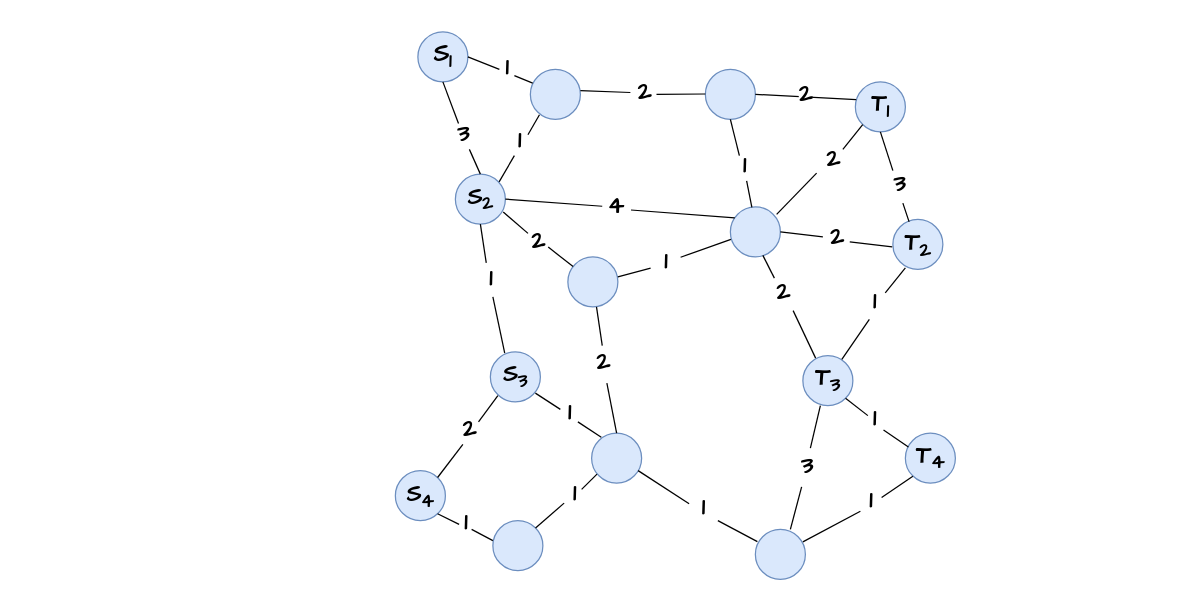
Earlier version of the draw.io diagram 1.drawio (coldbubbletea/World-of-Warcraft--Non-graphical-interface-CPP-game). Source tidied: cells renumbered, new cells numbered last; positions are measured from the earlier drawing's top-left corner, leaving out a move shared by most shapes. Both pictures are drawn from the tidied source at 125%, with x=0, y=0 at pixel (395, 31).
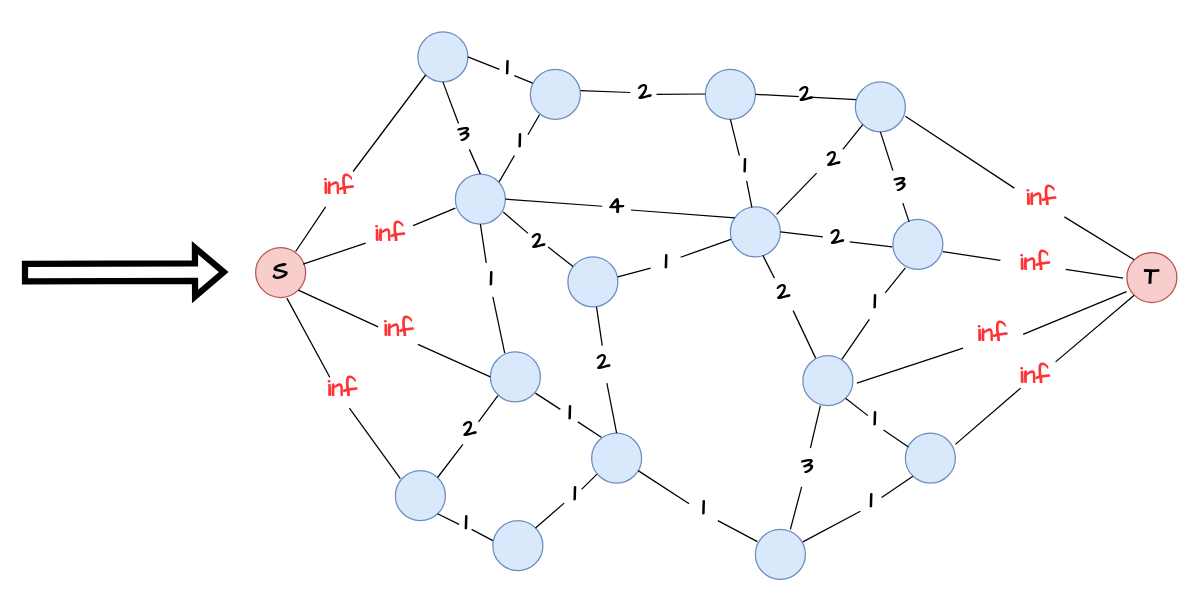
Above is the later version.

The change refers to these unchanged cells:
```xml
<mxCell id="8" style="ellipse;whiteSpace=wrap;html=1;fillColor=#DAE8FC;strokeColor=#6C8EBF;" parent="1" vertex="1">
  <mxGeometry x="17.8" width="40" height="40" as="geometry" />
</mxCell>
<mxCell id="21" style="ellipse;whiteSpace=wrap;html=1;fillColor=#DAE8FC;strokeColor=#6C8EBF;fontColor=#333333;" parent="1" vertex="1">
  <mxGeometry x="75.8" y="256" width="40" height="40" as="geometry" />
</mxCell>
<mxCell id="23" style="ellipse;whiteSpace=wrap;html=1;fillColor=#DAE8FC;strokeColor=#6C8EBF;fontColor=#333333;" parent="1" vertex="1">
  <mxGeometry x="-0.2" y="351" width="40" height="40" as="geometry" />
</mxCell>
```

The edit, as a diff of the source:
```diff
@@
-    <mxCell id="73" value="&lt;h2 style=&quot;border-color: var(--border-color);&quot;&gt;S&lt;sub style=&quot;border-color: var(--border-color);&quot;&gt;2&lt;/sub&gt;&lt;/h2&gt;" style="text;html=1;strokeColor=none;fillColor=none;align=center;verticalAlign=middle;whiteSpace=wrap;rounded=0;fontFamily=Comic Sans MS;" parent="1" vertex="1">
-      <mxGeometry x="57.8" y="125" width="20" height="17.5" as="geometry" />
-    </mxCell>
-    <mxCell id="74" value="&lt;h2 style=&quot;&quot;&gt;&lt;span style=&quot;font-size: 19px;&quot;&gt;S&lt;sub&gt;1&lt;/sub&gt;&lt;/span&gt;&lt;/h2&gt;" style="text;html=1;strokeColor=none;fillColor=none;align=center;verticalAlign=middle;whiteSpace=wrap;rounded=0;fontFamily=Comic Sans MS;" parent="1" vertex="1">
-      <mxGeometry x="27.8" y="11.2" width="20" height="17.5" as="geometry" />
-    </mxCell>
-    <mxCell id="75" value="&lt;h2 style=&quot;border-color: var(--border-color);&quot;&gt;S&lt;sub style=&quot;border-color: var(--border-color);&quot;&gt;3&lt;/sub&gt;&lt;/h2&gt;" style="text;html=1;strokeColor=none;fillColor=none;align=center;verticalAlign=middle;whiteSpace=wrap;rounded=0;fontFamily=Comic Sans MS;" parent="1" vertex="1">
-      <mxGeometry x="85.8" y="267.2" width="20" height="17.5" as="geometry" />
-    </mxCell>
-    <mxCell id="76" value="&lt;h2 style=&quot;border-color: var(--border-color);&quot;&gt;S&lt;sub style=&quot;border-color: var(--border-color);&quot;&gt;4&lt;/sub&gt;&lt;/h2&gt;" style="text;html=1;strokeColor=none;fillColor=none;align=center;verticalAlign=middle;whiteSpace=wrap;rounded=0;fontFamily=Comic Sans MS;" parent="1" vertex="1">
-      <mxGeometry x="9.8" y="363.5" width="20" height="17.5" as="geometry" />
-    </mxCell>
@@
-    <mxCell id="93" value="&lt;h2 style=&quot;&quot;&gt;&lt;span style=&quot;font-size: 19px;&quot;&gt;T&lt;sub&gt;1&lt;/sub&gt;&lt;/span&gt;&lt;/h2&gt;" style="text;html=1;strokeColor=none;fillColor=none;align=center;verticalAlign=middle;whiteSpace=wrap;rounded=0;fontFamily=Comic Sans MS;" parent="1" vertex="1">
-      <mxGeometry x="377.8" y="51.2" width="20" height="17.5" as="geometry" />
-    </mxCell>
-    <mxCell id="94" value="&lt;h2 style=&quot;&quot;&gt;&lt;span style=&quot;font-size: 19px;&quot;&gt;T&lt;sub&gt;2&lt;/sub&gt;&lt;/span&gt;&lt;/h2&gt;" style="text;html=1;strokeColor=none;fillColor=none;align=center;verticalAlign=middle;whiteSpace=wrap;rounded=0;fontFamily=Comic Sans MS;" parent="1" vertex="1">
-      <mxGeometry x="407.8" y="162.5" width="20" height="17.5" as="geometry" />
-    </mxCell>
-    <mxCell id="95" value="&lt;h2 style=&quot;&quot;&gt;&lt;span style=&quot;font-size: 19px;&quot;&gt;T&lt;sub&gt;3&lt;/sub&gt;&lt;/span&gt;&lt;/h2&gt;" style="text;html=1;strokeColor=none;fillColor=none;align=center;verticalAlign=middle;whiteSpace=wrap;rounded=0;fontFamily=Comic Sans MS;" parent="1" vertex="1">
-      <mxGeometry x="335.8" y="270.2" width="20" height="17.5" as="geometry" />
-    </mxCell>
-    <mxCell id="96" value="&lt;h2 style=&quot;&quot;&gt;&lt;span style=&quot;font-size: 19px;&quot;&gt;T&lt;sub&gt;4&lt;/sub&gt;&lt;/span&gt;&lt;/h2&gt;" style="text;html=1;strokeColor=none;fillColor=none;align=center;verticalAlign=middle;whiteSpace=wrap;rounded=0;fontFamily=Comic Sans MS;" parent="1" vertex="1">
-      <mxGeometry x="417.8" y="332.2" width="20" height="17.5" as="geometry" />
-    </mxCell>
+    <mxCell id="97" style="ellipse;whiteSpace=wrap;html=1;fillColor=#f8cecc;strokeColor=#b85450;" parent="1" vertex="1">
+      <mxGeometry x="-112" y="172.5" width="40" height="40" as="geometry" />
+    </mxCell>
+    <mxCell id="98" style="endArrow=none;html=1;rounded=0;exitX=1;exitY=0;exitDx=0;exitDy=0;" parent="1" edge="1">
+      <mxGeometry relative="1" as="geometry">
+        <mxPoint x="-80" y="175.7" as="sourcePoint" />
+        <mxPoint x="-56" y="140" as="targetPoint" />
+      </mxGeometry>
+    </mxCell>
+    <mxCell id="99" value="&lt;font color=&quot;#ff3333&quot; face=&quot;Comic Sans MS&quot;&gt;&lt;span style=&quot;font-size: 19px;&quot;&gt;&lt;b&gt;inf&lt;/b&gt;&lt;/span&gt;&lt;/font&gt;" style="text;html=1;strokeColor=none;fillColor=none;align=center;verticalAlign=middle;whiteSpace=wrap;rounded=0;fontColor=#000000;" parent="1" vertex="1">
+      <mxGeometry x="-57" y="116" width="23" height="18" as="geometry" />
+    </mxCell>
+    <mxCell id="100" style="endArrow=none;html=1;rounded=0;exitX=1;exitY=0;exitDx=0;exitDy=0;entryX=0;entryY=1;entryDx=0;entryDy=0;" parent="1" edge="1" target="8">
+      <mxGeometry relative="1" as="geometry">
+        <mxPoint x="-34" y="111.7" as="sourcePoint" />
+      </mxGeometry>
+    </mxCell>
+    <mxCell id="101" style="endArrow=none;html=1;rounded=0;exitX=0.95;exitY=0.331;exitDx=0;exitDy=0;exitPerimeter=0;" parent="1" edge="1" source="97">
+      <mxGeometry relative="1" as="geometry">
+        <mxPoint x="-24" y="169" as="targetPoint" />
+      </mxGeometry>
+    </mxCell>
+    <mxCell id="102" style="endArrow=none;html=1;rounded=0;exitX=1;exitY=1;exitDx=0;exitDy=0;" parent="1" edge="1" source="97">
+      <mxGeometry relative="1" as="geometry">
+        <mxPoint x="-14" y="236" as="targetPoint" />
+      </mxGeometry>
+    </mxCell>
+    <mxCell id="103" value="&lt;font color=&quot;#ff3333&quot; face=&quot;Comic Sans MS&quot;&gt;&lt;span style=&quot;font-size: 19px;&quot;&gt;&lt;b&gt;inf&lt;/b&gt;&lt;/span&gt;&lt;/font&gt;" style="text;html=1;strokeColor=none;fillColor=none;align=center;verticalAlign=middle;whiteSpace=wrap;rounded=0;fontColor=#000000;" parent="1" vertex="1">
+      <mxGeometry x="-16" y="153.8" width="23" height="18" as="geometry" />
+    </mxCell>
+    <mxCell id="104" value="&lt;font color=&quot;#ff3333&quot; face=&quot;Comic Sans MS&quot;&gt;&lt;span style=&quot;font-size: 19px;&quot;&gt;&lt;b&gt;inf&lt;/b&gt;&lt;/span&gt;&lt;/font&gt;" style="text;html=1;strokeColor=none;fillColor=none;align=center;verticalAlign=middle;whiteSpace=wrap;rounded=0;fontColor=#000000;" parent="1" vertex="1">
+      <mxGeometry x="-9" y="230" width="23" height="18" as="geometry" />
+    </mxCell>
+    <mxCell id="105" value="&lt;font color=&quot;#ff3333&quot; face=&quot;Comic Sans MS&quot;&gt;&lt;span style=&quot;font-size: 19px;&quot;&gt;&lt;b&gt;inf&lt;/b&gt;&lt;/span&gt;&lt;/font&gt;" style="text;html=1;strokeColor=none;fillColor=none;align=center;verticalAlign=middle;whiteSpace=wrap;rounded=0;fontColor=#000000;" parent="1" vertex="1">
+      <mxGeometry x="-54" y="278" width="23" height="18" as="geometry" />
+    </mxCell>
+    <mxCell id="106" style="endArrow=none;html=1;rounded=0;" parent="1" edge="1">
+      <mxGeometry relative="1" as="geometry">
+        <mxPoint x="14" y="155" as="sourcePoint" />
+        <mxPoint x="47.8" y="141" as="targetPoint" />
+      </mxGeometry>
+    </mxCell>
+    <mxCell id="107" value="&lt;h2 style=&quot;&quot;&gt;&lt;span style=&quot;font-size: 19px;&quot;&gt;S&lt;/span&gt;&lt;/h2&gt;" style="text;html=1;strokeColor=none;fillColor=none;align=center;verticalAlign=middle;whiteSpace=wrap;rounded=0;fontFamily=Comic Sans MS;" parent="1" vertex="1">
+      <mxGeometry x="-102" y="183.8" width="20" height="17.5" as="geometry" />
+    </mxCell>
+    <mxCell id="108" style="endArrow=none;html=1;rounded=0;exitX=1;exitY=1;exitDx=0;exitDy=0;entryX=0;entryY=0.5;entryDx=0;entryDy=0;" parent="1" edge="1" target="21">
+      <mxGeometry relative="1" as="geometry">
+        <mxPoint x="17.8" y="250" as="sourcePoint" />
+      </mxGeometry>
+    </mxCell>
+    <mxCell id="109" style="endArrow=none;html=1;rounded=0;entryX=0.058;entryY=-0.097;entryDx=0;entryDy=0;entryPerimeter=0;" parent="1" edge="1" target="105">
+      <mxGeometry relative="1" as="geometry">
+        <mxPoint x="-87" y="213" as="sourcePoint" />
+      </mxGeometry>
+    </mxCell>
+    <mxCell id="110" style="endArrow=none;html=1;rounded=0;entryX=0.1;entryY=0.159;entryDx=0;entryDy=0;entryPerimeter=0;" parent="1" edge="1" target="23">
+      <mxGeometry relative="1" as="geometry">
+        <mxPoint x="-37" y="301" as="sourcePoint" />
+      </mxGeometry>
+    </mxCell>
+    <mxCell id="111" style="ellipse;whiteSpace=wrap;html=1;fillColor=#f8cecc;strokeColor=#b85450;" parent="1" vertex="1">
+      <mxGeometry x="585" y="176.5" width="40" height="40" as="geometry" />
+    </mxCell>
+    <mxCell id="112" style="endArrow=none;html=1;rounded=0;exitX=0;exitY=0;exitDx=0;exitDy=0;" parent="1" edge="1" source="111">
+      <mxGeometry relative="1" as="geometry">
+        <mxPoint x="535" y="148" as="targetPoint" />
+      </mxGeometry>
+    </mxCell>
+    <mxCell id="113" value="&lt;font color=&quot;#ff3333&quot; face=&quot;Comic Sans MS&quot;&gt;&lt;span style=&quot;font-size: 19px;&quot;&gt;&lt;b&gt;inf&lt;/b&gt;&lt;/span&gt;&lt;/font&gt;" style="text;html=1;strokeColor=none;fillColor=none;align=center;verticalAlign=middle;whiteSpace=wrap;rounded=0;fontColor=#000000;" parent="1" vertex="1">
+      <mxGeometry x="505" y="124.8" width="23" height="18" as="geometry" />
+    </mxCell>
+    <mxCell id="114" style="endArrow=none;html=1;rounded=0;" parent="1" edge="1">
+      <mxGeometry relative="1" as="geometry">
+        <mxPoint x="582" y="197" as="sourcePoint" />
+        <mxPoint x="536" y="190" as="targetPoint" />
+      </mxGeometry>
+    </mxCell>
+    <mxCell id="115" style="endArrow=none;html=1;rounded=0;exitX=0;exitY=1;exitDx=0;exitDy=0;" parent="1" edge="1" source="111">
+      <mxGeometry relative="1" as="geometry">
+        <mxPoint x="528" y="264" as="targetPoint" />
+      </mxGeometry>
+    </mxCell>
+    <mxCell id="116" value="&lt;font color=&quot;#ff3333&quot; face=&quot;Comic Sans MS&quot;&gt;&lt;span style=&quot;font-size: 19px;&quot;&gt;&lt;b&gt;inf&lt;/b&gt;&lt;/span&gt;&lt;/font&gt;" style="text;html=1;strokeColor=none;fillColor=none;align=center;verticalAlign=middle;whiteSpace=wrap;rounded=0;fontColor=#000000;" parent="1" vertex="1">
+      <mxGeometry x="500" y="176.5" width="23" height="18" as="geometry" />
+    </mxCell>
+    <mxCell id="117" value="&lt;font color=&quot;#ff3333&quot; face=&quot;Comic Sans MS&quot;&gt;&lt;span style=&quot;font-size: 19px;&quot;&gt;&lt;b&gt;inf&lt;/b&gt;&lt;/span&gt;&lt;/font&gt;" style="text;html=1;strokeColor=none;fillColor=none;align=center;verticalAlign=middle;whiteSpace=wrap;rounded=0;fontColor=#000000;" parent="1" vertex="1">
+      <mxGeometry x="500" y="267" width="23" height="18" as="geometry" />
+    </mxCell>
+    <mxCell id="118" value="&lt;font color=&quot;#ff3333&quot; face=&quot;Comic Sans MS&quot;&gt;&lt;span style=&quot;font-size: 19px;&quot;&gt;&lt;b&gt;inf&lt;/b&gt;&lt;/span&gt;&lt;/font&gt;" style="text;html=1;strokeColor=none;fillColor=none;align=center;verticalAlign=middle;whiteSpace=wrap;rounded=0;fontColor=#000000;" parent="1" vertex="1">
+      <mxGeometry x="466" y="234" width="23" height="18" as="geometry" />
+    </mxCell>
+    <mxCell id="119" value="&lt;h2 style=&quot;&quot;&gt;&lt;span style=&quot;font-size: 19px;&quot;&gt;T&lt;/span&gt;&lt;/h2&gt;" style="text;html=1;strokeColor=none;fillColor=none;align=center;verticalAlign=middle;whiteSpace=wrap;rounded=0;fontFamily=Comic Sans MS;" parent="1" vertex="1">
+      <mxGeometry x="595" y="187.8" width="20" height="17.5" as="geometry" />
+    </mxCell>
+    <mxCell id="120" style="endArrow=none;html=1;rounded=0;exitX=-0.006;exitY=0.782;exitDx=0;exitDy=0;exitPerimeter=0;" parent="1" edge="1" source="111">
+      <mxGeometry relative="1" as="geometry">
+        <mxPoint x="502" y="242" as="targetPoint" />
+      </mxGeometry>
+    </mxCell>
+    <mxCell id="121" style="endArrow=none;html=1;rounded=0;" parent="1" edge="1">
+      <mxGeometry relative="1" as="geometry">
+        <mxPoint x="454" y="253" as="sourcePoint" />
+        <mxPoint x="369" y="281" as="targetPoint" />
+      </mxGeometry>
+    </mxCell>
+    <mxCell id="122" style="endArrow=none;html=1;rounded=0;" parent="1" edge="1">
+      <mxGeometry relative="1" as="geometry">
+        <mxPoint x="495" y="125" as="sourcePoint" />
+        <mxPoint x="407.8" y="67.5" as="targetPoint" />
+      </mxGeometry>
+    </mxCell>
+    <mxCell id="123" style="endArrow=none;html=1;rounded=0;" parent="1" edge="1">
+      <mxGeometry relative="1" as="geometry">
+        <mxPoint x="483.8" y="182.8" as="sourcePoint" />
+        <mxPoint x="437.8" y="175.8" as="targetPoint" />
+      </mxGeometry>
+    </mxCell>
+    <mxCell id="124" style="endArrow=none;html=1;rounded=0;exitX=0;exitY=1;exitDx=0;exitDy=0;" parent="1" edge="1" source="117">
+      <mxGeometry relative="1" as="geometry">
+        <mxPoint x="447.8" y="330" as="targetPoint" />
+      </mxGeometry>
+    </mxCell>
+    <mxCell id="125" style="shape=flexArrow;endArrow=classic;html=1;rounded=0;strokeWidth=5;" parent="1" edge="1">
+      <mxGeometry relative="1" as="geometry">
+        <mxPoint x="-299" y="192.6" as="sourcePoint" />
+        <mxPoint x="-135" y="192.1" as="targetPoint" />
+      </mxGeometry>
+    </mxCell>
```
